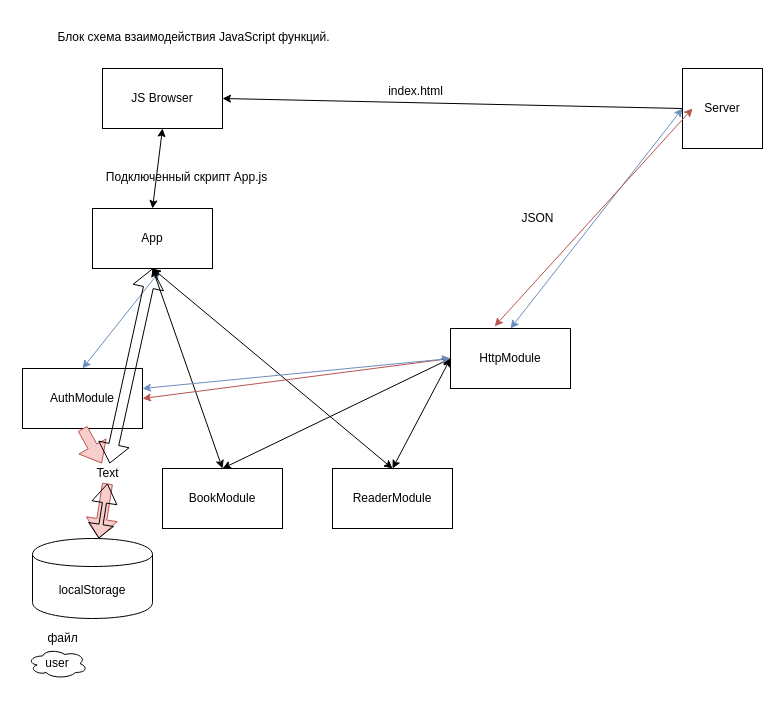
Before: page "Запоминание пользователя" (1 of 2) of JPTVR17WebLibrary.drawio in Dew25/JPTVR17WebLibrary, a draw.io diagram. Source tidied: cells renumbered, new cells numbered last; positions are measured from the earlier drawing's top-left corner, leaving out a move shared by most shapes. Both pictures are drawn from the tidied source at 100%, with x=0, y=0 at pixel (22, 27).
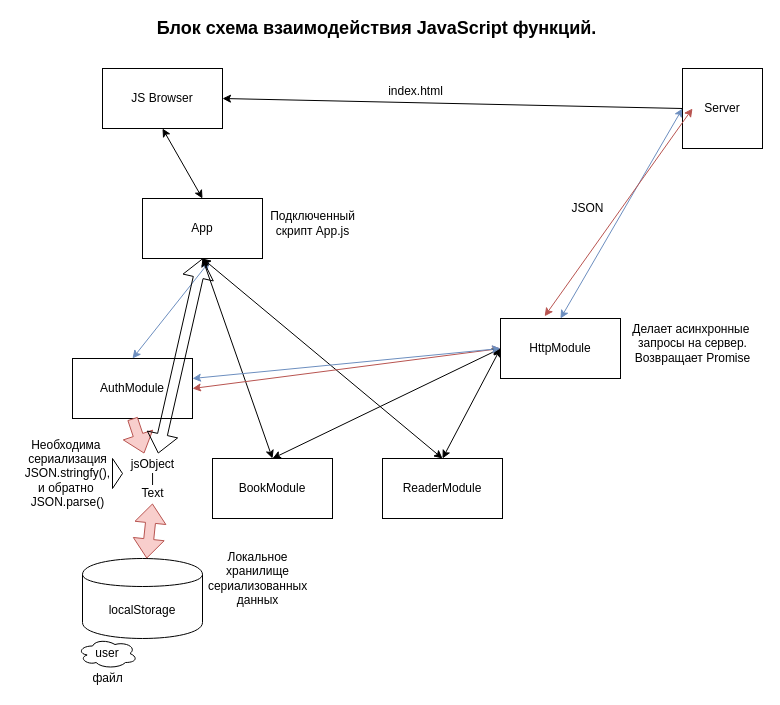
The same diagram, later.

Commit message:
обновленный файл с блок схемой

Diff of the diagram source:
```diff
@@
     <mxCell id="3" value="App" style="rounded=0;whiteSpace=wrap;html=1;" parent="1" vertex="1">
-      <mxGeometry x="70" y="181" width="120" height="60" as="geometry" />
+      <mxGeometry x="120" y="171" width="120" height="60" as="geometry" />
     </mxCell>
     <mxCell id="4" value="AuthModule" style="rounded=0;whiteSpace=wrap;html=1;" parent="1" vertex="1">
-      <mxGeometry y="341" width="120" height="60" as="geometry" />
+      <mxGeometry x="50" y="331" width="120" height="60" as="geometry" />
     </mxCell>
     <mxCell id="5" value="HttpModule" style="rounded=0;whiteSpace=wrap;html=1;" parent="1" vertex="1">
-      <mxGeometry x="428" y="301" width="120" height="60" as="geometry" />
+      <mxGeometry x="478" y="291" width="120" height="60" as="geometry" />
     </mxCell>
     <mxCell id="6" value="ReaderModule" style="rounded=0;whiteSpace=wrap;html=1;" parent="1" vertex="1">
-      <mxGeometry x="310" y="441" width="120" height="60" as="geometry" />
+      <mxGeometry x="360" y="431" width="120" height="60" as="geometry" />
     </mxCell>
     <mxCell id="7" value="BookModule" style="rounded=0;whiteSpace=wrap;html=1;" parent="1" vertex="1">
-      <mxGeometry x="140" y="441" width="120" height="60" as="geometry" />
+      <mxGeometry x="190" y="431" width="120" height="60" as="geometry" />
     </mxCell>
@@
     <mxCell id="15" value="localStorage" style="shape=cylinder;whiteSpace=wrap;html=1;boundedLbl=1;backgroundOutline=1;" parent="1" vertex="1">
-      <mxGeometry x="10" y="511" width="120" height="80" as="geometry" />
+      <mxGeometry x="60" y="531" width="120" height="80" as="geometry" />
     </mxCell>
-    <mxCell id="16" style="shape=flexArrow;endArrow=classic;html=1;exitX=0.5;exitY=1;exitDx=0;exitDy=0;fillColor=#f8cecc;strokeColor=#b85450;" parent="1" edge="1" source="30" target="15">
+    <mxCell id="16" style="shape=flexArrow;endArrow=classic;html=1;exitX=0.5;exitY=1;exitDx=0;exitDy=0;fillColor=#f8cecc;strokeColor=#b85450;startArrow=block;" parent="1" edge="1" source="30" target="15">
       <mxGeometry relative="1" as="geometry" />
     </mxCell>
@@
-    <mxCell id="19" style="shape=flexArrow;endArrow=classic;html=1;exitX=0.5;exitY=1;exitDx=0;exitDy=0;startArrow=block;width=4.137931034482759;endSize=4.227586206896552;" parent="1" edge="1" source="30" target="15">
-      <mxGeometry relative="1" as="geometry" />
-    </mxCell>
@@
-    <mxCell id="22" value="Подключенный скрипт App.js" style="text;html=1;align=center;verticalAlign=middle;" parent="1" vertex="1">
-      <mxGeometry x="74" y="140" width="180" height="20" as="geometry" />
+    <mxCell id="22" value="Подключенный &lt;br&gt;скрипт App.js" style="text;html=1;align=center;verticalAlign=middle;" parent="1" vertex="1">
+      <mxGeometry x="240" y="181" width="100" height="30" as="geometry" />
     </mxCell>
     <mxCell id="23" value="user" style="ellipse;shape=cloud;whiteSpace=wrap;html=1;" parent="1" vertex="1">
-      <mxGeometry x="5" y="621" width="60" height="30" as="geometry" />
+      <mxGeometry x="55" y="611" width="60" height="30" as="geometry" />
     </mxCell>
-    <mxCell id="24" value="Блок схема взаимодействия JavaScript функций." style="text;html=1;align=center;verticalAlign=middle;" parent="1" vertex="1">
-      <mxGeometry x="26" width="290" height="20" as="geometry" />
+    <mxCell id="24" value="&lt;b&gt;&lt;font style=&quot;font-size: 18px&quot;&gt;Блок схема взаимодействия JavaScript функций.&lt;/font&gt;&lt;/b&gt;" style="text;html=1;align=center;verticalAlign=middle;" parent="1" vertex="1">
+      <mxGeometry x="124" y="-9" width="460" height="20" as="geometry" />
     </mxCell>
     <mxCell id="25" value="JSON" style="text;html=1;align=center;verticalAlign=middle;" parent="1" vertex="1">
-      <mxGeometry x="490" y="181" width="50" height="20" as="geometry" />
+      <mxGeometry x="540" y="171" width="50" height="20" as="geometry" />
     </mxCell>
@@
     <mxCell id="27" style="endArrow=classic;startArrow=classic;html=1;exitX=1;exitY=0.5;exitDx=0;exitDy=0;entryX=0;entryY=0.5;entryDx=0;entryDy=0;fillColor=#dae8fc;strokeColor=#6c8ebf;" parent="1" edge="1" target="5">
       <mxGeometry relative="1" as="geometry">
-        <mxPoint x="120" y="361" as="sourcePoint" />
+        <mxPoint x="170" y="351" as="sourcePoint" />
       </mxGeometry>
     </mxCell>
     <mxCell id="28" value="файл" style="text;html=1;align=center;verticalAlign=middle;" parent="1" vertex="1">
-      <mxGeometry x="15" y="601" width="50" height="20" as="geometry" />
+      <mxGeometry x="60" y="641" width="50" height="20" as="geometry" />
     </mxCell>
@@
-    <mxCell id="30" value="Text" style="text;html=1;align=center;verticalAlign=middle;points=[];" parent="1" vertex="1">
-      <mxGeometry x="65" y="436" width="40" height="20" as="geometry" />
+    <mxCell id="30" value="jsObject&lt;br&gt;|&lt;br&gt;Text" style="text;html=1;align=center;verticalAlign=middle;points=[];" parent="1" vertex="1">
+      <mxGeometry x="100" y="426" width="60" height="50" as="geometry" />
     </mxCell>
@@
+    <mxCell id="32" value="Необходима&amp;nbsp;&lt;br&gt;сериализация&lt;br&gt;JSON.stringfy(),&lt;br&gt;и обратно&amp;nbsp;&lt;br&gt;JSON.parse()" style="text;html=1;align=center;verticalAlign=middle;" parent="1" vertex="1">
+      <mxGeometry x="-5" y="406" width="100" height="80" as="geometry" />
+    </mxCell>
+    <mxCell id="33" style="triangle;whiteSpace=wrap;html=1;" parent="1" vertex="1">
+      <mxGeometry x="90" y="431" width="10" height="30" as="geometry" />
+    </mxCell>
+    <mxCell id="34" value="Делает асинхронные&amp;nbsp;&lt;br&gt;запросы на сервер.&lt;br&gt;Возвращает Promise" style="text;html=1;align=center;verticalAlign=middle;" parent="1" vertex="1">
+      <mxGeometry x="600" y="291" width="140" height="50" as="geometry" />
+    </mxCell>
+    <mxCell id="35" value="Локальное &lt;br&gt;хранилище&lt;br&gt;сериализованных&lt;br&gt;данных" style="text;html=1;align=center;verticalAlign=middle;" parent="1" vertex="1">
+      <mxGeometry x="180" y="521" width="110" height="60" as="geometry" />
+    </mxCell>
```
